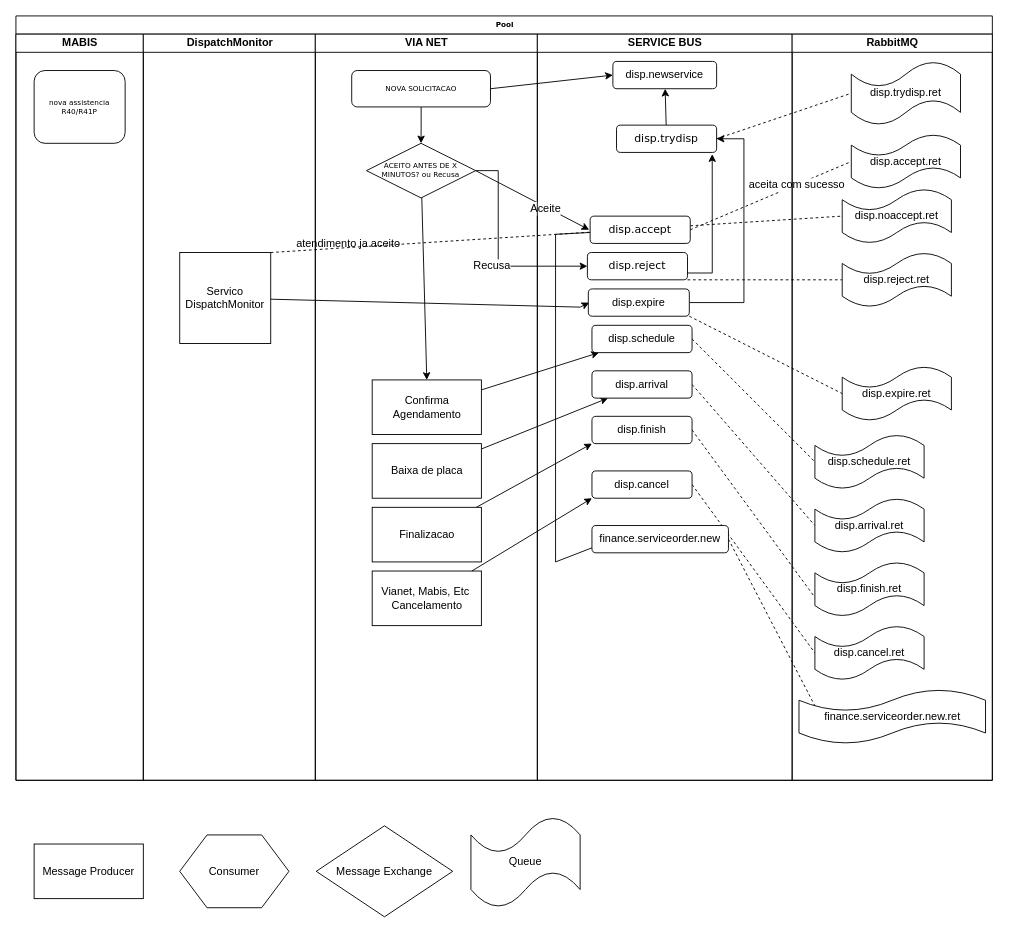
Earlier version of the draw.io diagram page "Fluxo Dispatch" (1 of 2) of dispatch/Processo Dispatch.drawio (rodrigoporcionato/estudos). Source tidied: cells renumbered, new cells numbered last; positions are measured from the earlier drawing's top-left corner, leaving out a move shared by most shapes. Both pictures are drawn from the tidied source at 91%, with x=0, y=0 at pixel (15, 15).
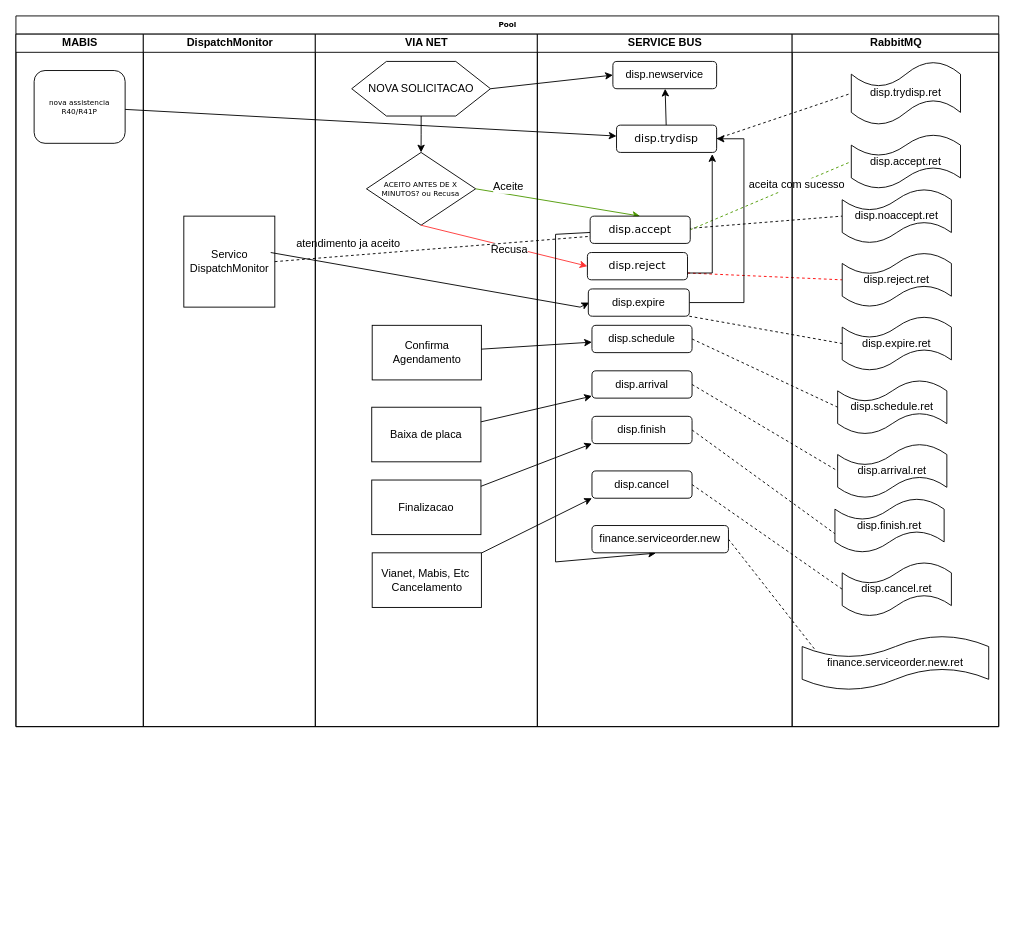
The same page after the edit.

Unchanged cells that the change refers to:
```xml
<mxCell id="4" value="nova assistencia&lt;br&gt;R40/R41P" style="rounded=1;whiteSpace=wrap;html=1;shadow=0;labelBackgroundColor=none;strokeWidth=1;fontFamily=Verdana;fontSize=8;align=center;" parent="3" vertex="1">
  <mxGeometry x="20" y="40" width="100" height="80" as="geometry" />
</mxCell>
<mxCell id="40" value="&lt;font style=&quot;font-size: 12px&quot;&gt;disp.trydisp&lt;/font&gt;" style="rounded=1;whiteSpace=wrap;html=1;shadow=0;labelBackgroundColor=none;strokeWidth=1;fontFamily=Verdana;fontSize=8;align=center;" parent="38" vertex="1">
  <mxGeometry x="87" y="100" width="110" height="30" as="geometry" />
</mxCell>
<mxCell id="41" value="&lt;font style=&quot;font-size: 12px&quot;&gt;disp.reject&lt;br&gt;&lt;/font&gt;" style="rounded=1;whiteSpace=wrap;html=1;shadow=0;labelBackgroundColor=none;strokeWidth=1;fontFamily=Verdana;fontSize=8;align=center;" parent="38" vertex="1">
  <mxGeometry x="55" y="240" width="110" height="30" as="geometry" />
</mxCell>
<mxCell id="45" value="&lt;font style=&quot;font-size: 12px&quot;&gt;disp.accept&lt;/font&gt;" style="rounded=1;whiteSpace=wrap;html=1;shadow=0;labelBackgroundColor=none;strokeWidth=1;fontFamily=Verdana;fontSize=8;align=center;" parent="38" vertex="1">
  <mxGeometry x="58" y="200" width="110" height="30" as="geometry" />
</mxCell>
<mxCell id="51" value="finance.serviceorder.new" style="rounded=1;whiteSpace=wrap;html=1;" parent="38" vertex="1">
  <mxGeometry x="60" y="540" width="150" height="30" as="geometry" />
</mxCell>
<mxCell id="55" value="disp.accept.ret" style="shape=tape;whiteSpace=wrap;html=1;" parent="53" vertex="1">
  <mxGeometry x="65" y="110" width="120" height="60" as="geometry" />
</mxCell>
<mxCell id="56" value="disp.noaccept.ret" style="shape=tape;whiteSpace=wrap;html=1;" parent="53" vertex="1">
  <mxGeometry x="55" y="170" width="120" height="60" as="geometry" />
</mxCell>
<mxCell id="57" value="disp.reject.ret" style="shape=tape;whiteSpace=wrap;html=1;" parent="53" vertex="1">
  <mxGeometry x="55" y="240" width="120" height="60" as="geometry" />
</mxCell>
```

Diff of the diagram source:
```diff
@@
     <mxCell id="2" value="Pool" style="swimlane;html=1;startSize=20;rounded=0;shadow=0;labelBackgroundColor=none;strokeWidth=1;fontFamily=Verdana;fontSize=8;align=center;" parent="1" vertex="1">
-      <mxGeometry width="1073" height="840" as="geometry" />
+      <mxGeometry width="1080" height="781" as="geometry" />
     </mxCell>
     <mxCell id="3" value="MABIS" style="swimlane;html=1;startSize=20;" parent="2" vertex="1">
-      <mxGeometry y="20" width="140" height="820" as="geometry" />
+      <mxGeometry y="20" width="140" height="761" as="geometry" />
     </mxCell>
@@
     <mxCell id="5" value="DispatchMonitor" style="swimlane;html=1;startSize=20;" parent="2" vertex="1">
-      <mxGeometry x="140" y="20" width="189" height="820" as="geometry" />
+      <mxGeometry x="140" y="20" width="189" height="761" as="geometry" />
     </mxCell>
     <mxCell id="6" value="Servico DispatchMonitor" style="whiteSpace=wrap;html=1;" parent="5" vertex="1">
-      <mxGeometry x="40" y="240" width="100" height="100" as="geometry" />
+      <mxGeometry x="44.5" y="200" width="100" height="100" as="geometry" />
     </mxCell>
     <mxCell id="7" value="VIA NET" style="swimlane;html=1;startSize=20;" parent="2" vertex="1">
-      <mxGeometry x="329" y="20" width="244" height="820" as="geometry" />
+      <mxGeometry x="329" y="20" width="244" height="761" as="geometry" />
     </mxCell>
@@
-    <mxCell id="9" value="NOVA SOLICITACAO" style="rounded=1;whiteSpace=wrap;html=1;shadow=0;labelBackgroundColor=none;strokeWidth=1;fontFamily=Verdana;fontSize=8;align=center;" parent="7" vertex="1">
-      <mxGeometry x="40" y="40" width="152.5" height="40" as="geometry" />
+    <mxCell id="9" value="NOVA SOLICITACAO" style="shape=hexagon;perimeter=hexagonPerimeter2;whiteSpace=wrap;html=1;" parent="7" vertex="1">
+      <mxGeometry x="40" y="30" width="152.5" height="60" as="geometry" />
     </mxCell>
-    <mxCell id="10" style="edgeStyle=none;rounded=0;jettySize=auto;html=1;entryX=0.5;entryY=0;entryDx=0;entryDy=0;" parent="7" edge="1" source="11" target="16">
-      <mxGeometry relative="1" as="geometry" />
-    </mxCell>
     <mxCell id="11" value="ACEITO ANTES DE X MINUTOS? ou Recusa" style="rhombus;whiteSpace=wrap;html=1;rounded=0;shadow=0;labelBackgroundColor=none;strokeWidth=1;fontFamily=Verdana;fontSize=8;align=center;" parent="7" vertex="1">
-      <mxGeometry x="56.2" y="120" width="120" height="60" as="geometry" />
+      <mxGeometry x="56.2" y="130" width="120" height="80" as="geometry" />
     </mxCell>
@@
     <mxCell id="13" value="Vianet, Mabis, Etc&amp;nbsp;&lt;br&gt;Cancelamento" style="rounded=0;whiteSpace=wrap;html=1;" parent="7" vertex="1">
-      <mxGeometry x="62.5" y="590" width="120" height="60" as="geometry" />
+      <mxGeometry x="62.5" y="570" width="120" height="60" as="geometry" />
     </mxCell>
     <mxCell id="14" value="Finalizacao" style="rounded=0;whiteSpace=wrap;html=1;" parent="7" vertex="1">
-      <mxGeometry x="62.5" y="520" width="120" height="60" as="geometry" />
+      <mxGeometry x="62" y="490" width="120" height="60" as="geometry" />
     </mxCell>
     <mxCell id="15" value="Baixa de placa" style="rounded=0;whiteSpace=wrap;html=1;" parent="7" vertex="1">
-      <mxGeometry x="62.5" y="450" width="120" height="60" as="geometry" />
+      <mxGeometry x="62" y="410" width="120" height="60" as="geometry" />
     </mxCell>
     <mxCell id="16" value="Confirma Agendamento" style="rounded=0;whiteSpace=wrap;html=1;" parent="7" vertex="1">
-      <mxGeometry x="62.5" y="380" width="120" height="60" as="geometry" />
+      <mxGeometry x="62.5" y="320" width="120" height="60" as="geometry" />
     </mxCell>
-    <mxCell id="17" style="rounded=0;jettySize=auto;html=1;exitX=1;exitY=0.5;exitDx=0;exitDy=0;" parent="2" edge="1" source="11">
-      <mxGeometry relative="1" as="geometry">
-        <mxPoint x="630" y="235" as="targetPoint" />
-      </mxGeometry>
+    <mxCell id="17" style="rounded=0;jettySize=auto;html=1;entryX=0.5;entryY=0;entryDx=0;entryDy=0;fillColor=#4D9900;strokeColor=#4D9900;exitX=1;exitY=0.5;exitDx=0;exitDy=0;" parent="2" edge="1" source="11" target="45">
+      <mxGeometry relative="1" as="geometry" />
     </mxCell>
     <mxCell id="18" value="Aceite" style="text;html=1;align=center;verticalAlign=middle;labelBackgroundColor=#ffffff;" parent="17" vertex="1">
-      <mxGeometry x="0.23" y="-1" relative="1" as="geometry" />
+      <mxGeometry x="0.23" y="-1" relative="1" as="geometry">
+        <mxPoint x="-76.4" y="-21.8" as="offset" />
+      </mxGeometry>
     </mxCell>
-    <mxCell id="19" style="edgeStyle=orthogonalEdgeStyle;rounded=0;jettySize=auto;html=1;entryX=0;entryY=0.5;entryDx=0;entryDy=0;" parent="2" edge="1" source="11" target="41">
-      <mxGeometry relative="1" as="geometry">
-        <Array as="points">
-          <mxPoint x="530" y="170" />
-          <mxPoint x="530" y="275" />
-        </Array>
-      </mxGeometry>
+    <mxCell id="19" style="rounded=0;jettySize=auto;html=1;entryX=0;entryY=0.5;entryDx=0;entryDy=0;exitX=0.5;exitY=1;exitDx=0;exitDy=0;strokeColor=#FF3333;" parent="2" edge="1" source="11" target="41">
+      <mxGeometry relative="1" as="geometry" />
     </mxCell>
@@
-    <mxCell id="21" style="endArrow=none;dashed=1;html=1;entryX=0;entryY=0.5;entryDx=0;entryDy=0;entryPerimeter=0;exitX=1;exitY=0;exitDx=0;exitDy=0;" parent="2" edge="1" source="6" target="56">
+    <mxCell id="21" style="endArrow=none;dashed=1;html=1;entryX=0;entryY=0.5;entryDx=0;entryDy=0;entryPerimeter=0;exitX=1;exitY=0.5;exitDx=0;exitDy=0;elbow=vertical;" parent="2" edge="1" source="6" target="56">
       <mxGeometry relative="1" as="geometry" />
     </mxCell>
-    <mxCell id="22" style="edgeStyle=none;rounded=0;jettySize=auto;html=1;" parent="2" edge="1" source="6">
+    <mxCell id="22" style="edgeStyle=none;rounded=0;orthogonalLoop=1;jettySize=auto;html=1;" parent="2" edge="1">
       <mxGeometry relative="1" as="geometry">
+        <mxPoint x="280" y="260" as="sourcePoint" />
         <mxPoint x="630" y="315" as="targetPoint" />
         <Array as="points">
           <mxPoint x="620" y="320" />
         </Array>
       </mxGeometry>
     </mxCell>
@@
-    <mxCell id="29" style="endArrow=none;dashed=1;html=1;exitX=1;exitY=0.5;exitDx=0;exitDy=0;entryX=0;entryY=0.5;entryDx=0;entryDy=0;entryPerimeter=0;" parent="2" edge="1" source="45" target="55">
+    <mxCell id="29" style="endArrow=none;dashed=1;html=1;exitX=1;exitY=0.5;exitDx=0;exitDy=0;entryX=0;entryY=0.5;entryDx=0;entryDy=0;entryPerimeter=0;strokeColor=#4D9900;" parent="2" edge="1" source="45" target="55">
       <mxGeometry relative="1" as="geometry" />
     </mxCell>
@@
-    <mxCell id="31" style="endArrow=none;dashed=1;html=1;exitX=1;exitY=1;exitDx=0;exitDy=0;entryX=0;entryY=0.5;entryDx=0;entryDy=0;" parent="2" edge="1" source="41" target="57">
+    <mxCell id="31" style="endArrow=none;dashed=1;html=1;exitX=1;exitY=0.75;exitDx=0;exitDy=0;entryX=0;entryY=0.5;entryDx=0;entryDy=0;strokeColor=#FF0000;" parent="2" edge="1" source="41" target="57">
       <mxGeometry relative="1" as="geometry" />
     </mxCell>
@@
     <mxCell id="38" value="SERVICE BUS" style="swimlane;html=1;startSize=20;" parent="2" vertex="1">
-      <mxGeometry x="573" y="20" width="280" height="820" as="geometry" />
+      <mxGeometry x="573" y="20" width="280" height="761" as="geometry" />
     </mxCell>
@@
-    <mxCell id="44" style="edgeStyle=none;rounded=0;jettySize=auto;html=1;entryX=0.409;entryY=0.027;entryDx=0;entryDy=0;entryPerimeter=0;" parent="38" edge="1" source="45" target="51">
+    <mxCell id="44" style="edgeStyle=none;rounded=0;jettySize=auto;html=1;entryX=0.469;entryY=1.011;entryDx=0;entryDy=0;entryPerimeter=0;" parent="38" edge="1" source="45" target="51">
       <mxGeometry relative="1" as="geometry">
         <Array as="points">
           <mxPoint x="20" y="220" />
           <mxPoint x="20" y="580" />
         </Array>
       </mxGeometry>
     </mxCell>
@@
     <mxCell id="53" value="RabbitMQ" style="swimlane;html=1;startSize=20;" parent="2" vertex="1">
-      <mxGeometry x="853" y="20" width="220" height="820" as="geometry" />
+      <mxGeometry x="853" y="20" width="227" height="761" as="geometry" />
     </mxCell>
@@
     <mxCell id="58" value="disp.expire.ret" style="shape=tape;whiteSpace=wrap;html=1;" parent="53" vertex="1">
-      <mxGeometry x="55" y="365" width="120" height="60" as="geometry" />
+      <mxGeometry x="55" y="310" width="120" height="60" as="geometry" />
     </mxCell>
     <mxCell id="59" value="disp.schedule.ret" style="shape=tape;whiteSpace=wrap;html=1;" parent="53" vertex="1">
-      <mxGeometry x="25" y="440" width="120" height="60" as="geometry" />
+      <mxGeometry x="50" y="380" width="120" height="60" as="geometry" />
     </mxCell>
     <mxCell id="60" value="disp.arrival.ret" style="shape=tape;whiteSpace=wrap;html=1;" parent="53" vertex="1">
-      <mxGeometry x="25" y="510" width="120" height="60" as="geometry" />
+      <mxGeometry x="50" y="450" width="120" height="60" as="geometry" />
     </mxCell>
     <mxCell id="61" value="disp.finish.ret" style="shape=tape;whiteSpace=wrap;html=1;" parent="53" vertex="1">
-      <mxGeometry x="25" y="580" width="120" height="60" as="geometry" />
+      <mxGeometry x="47" y="510" width="120" height="60" as="geometry" />
     </mxCell>
     <mxCell id="62" value="disp.cancel.ret" style="shape=tape;whiteSpace=wrap;html=1;" parent="53" vertex="1">
-      <mxGeometry x="25" y="650" width="120" height="60" as="geometry" />
+      <mxGeometry x="55" y="580" width="120" height="60" as="geometry" />
     </mxCell>
     <mxCell id="63" value="finance.serviceorder.new.ret" style="shape=tape;whiteSpace=wrap;html=1;" parent="53" vertex="1">
-      <mxGeometry x="7.5" y="720" width="205" height="60" as="geometry" />
+      <mxGeometry x="11" y="661" width="205" height="60" as="geometry" />
     </mxCell>
-    <mxCell id="64" value="Message Producer" style="rounded=0;whiteSpace=wrap;html=1;" parent="1" vertex="1">
-      <mxGeometry x="20" y="910" width="120" height="60" as="geometry" />
-    </mxCell>
-    <mxCell id="65" value="Message Exchange" style="rhombus;whiteSpace=wrap;html=1;" parent="1" vertex="1">
-      <mxGeometry x="330" y="890" width="150" height="100" as="geometry" />
-    </mxCell>
-    <mxCell id="66" value="Queue" style="shape=tape;whiteSpace=wrap;html=1;" parent="1" vertex="1">
-      <mxGeometry x="500" y="880" width="120" height="100" as="geometry" />
-    </mxCell>
-    <mxCell id="67" value="Consumer" style="shape=hexagon;perimeter=hexagonPerimeter2;whiteSpace=wrap;html=1;" parent="1" vertex="1">
-      <mxGeometry x="180" y="900" width="120" height="80" as="geometry" />
-    </mxCell>
+    <mxCell id="68" style="rounded=0;jettySize=auto;html=1;" parent="2" edge="1" source="4" target="40">
+      <mxGeometry relative="1" as="geometry" />
+    </mxCell>
```
